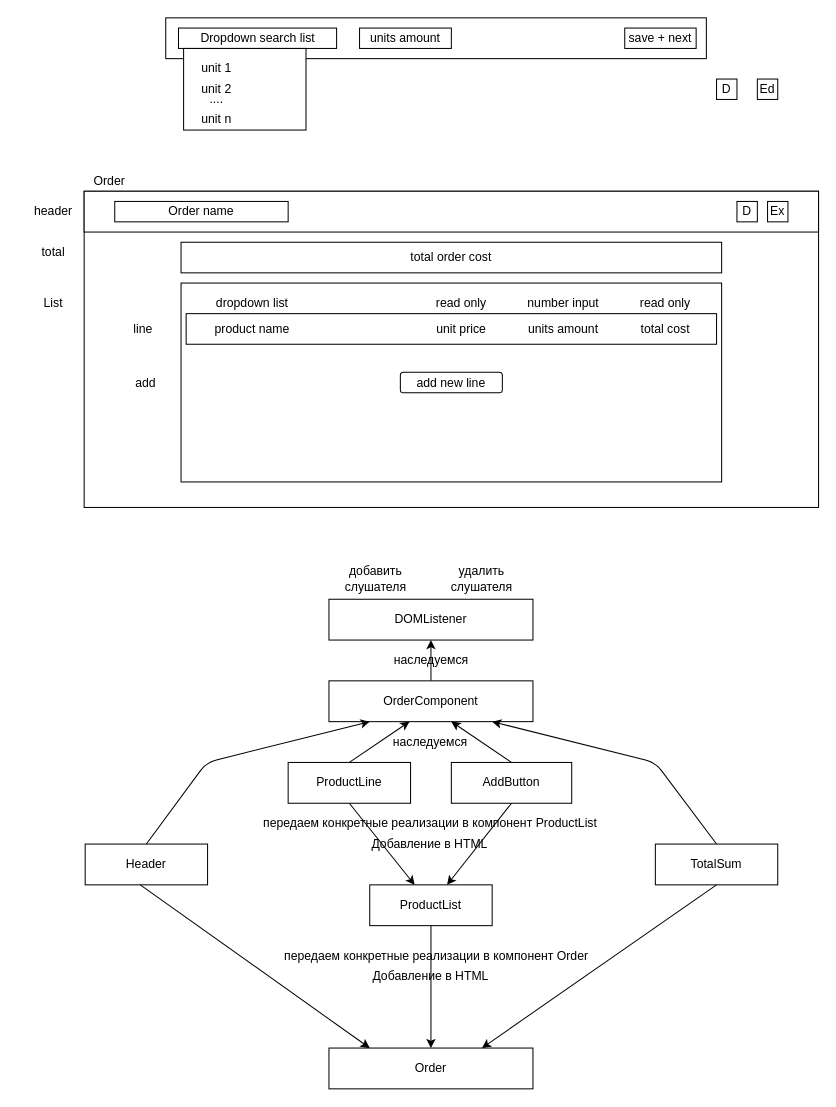
Above: CalculatorLayout.drawio in PavelMikh/GoodsCostCalculator (draw.io), before the change. Source tidied: cells renumbered, new cells numbered last; positions are measured from the earlier drawing's top-left corner, leaving out a move shared by most shapes. Both pictures are drawn from the tidied source at 102%, with x=0, y=0 at pixel (17, 17).
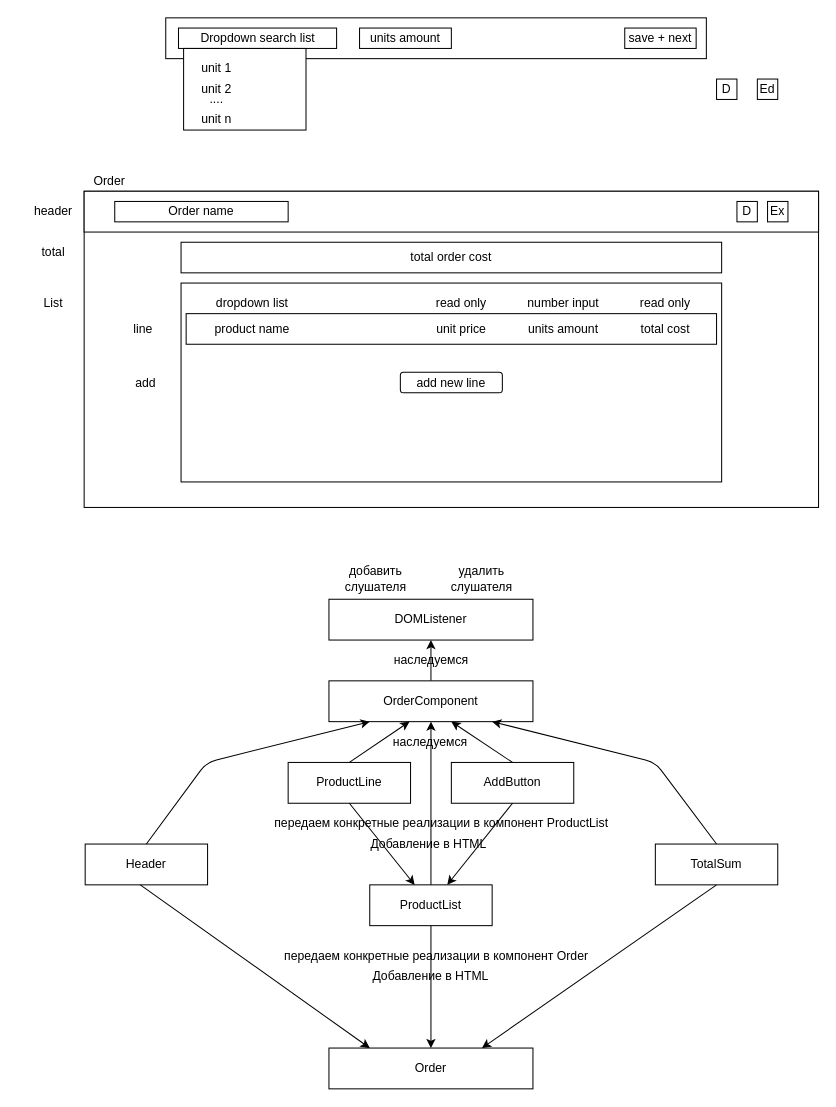
Above is the later version.

The change refers to these unchanged cells:
```xml
<mxCell id="27" value="OrderComponent" style="rounded=0;whiteSpace=wrap;html=1;" parent="1" vertex="1">
  <mxGeometry x="305" y="650" width="200" height="40" as="geometry" />
</mxCell>
<mxCell id="29" value="ProductList" style="rounded=0;whiteSpace=wrap;html=1;" parent="1" vertex="1">
  <mxGeometry x="345" y="850" width="120" height="40" as="geometry" />
</mxCell>
```

Change to the diagram source:
```diff
@@
     <mxCell id="30" value="AddButton" style="rounded=0;whiteSpace=wrap;html=1;" parent="1" vertex="1">
-      <mxGeometry x="425" y="730" width="118" height="40" as="geometry" />
+      <mxGeometry x="425" y="730" width="120" height="40" as="geometry" />
     </mxCell>
@@
     <mxCell id="47" value="передаем конкретные реализации в компонент ProductList" style="text;html=1;align=center;verticalAlign=middle;" parent="1" vertex="1">
-      <mxGeometry x="234" y="780" width="340" height="20" as="geometry" />
+      <mxGeometry x="245" y="780" width="340" height="20" as="geometry" />
     </mxCell>
     <mxCell id="48" value="Добавление в HTML" style="text;html=1;strokeColor=none;fillColor=none;align=center;verticalAlign=middle;whiteSpace=wrap;rounded=0;" parent="1" vertex="1">
-      <mxGeometry x="344" y="790" width="120" height="40" as="geometry" />
+      <mxGeometry x="343" y="790" width="120" height="40" as="geometry" />
     </mxCell>
@@
+    <mxCell id="63" style="endArrow=classic;html=1;exitX=0.5;exitY=0;exitDx=0;exitDy=0;entryX=0.5;entryY=1;entryDx=0;entryDy=0;" parent="1" edge="1" source="29" target="27">
+      <mxGeometry relative="1" as="geometry" />
+    </mxCell>
```
